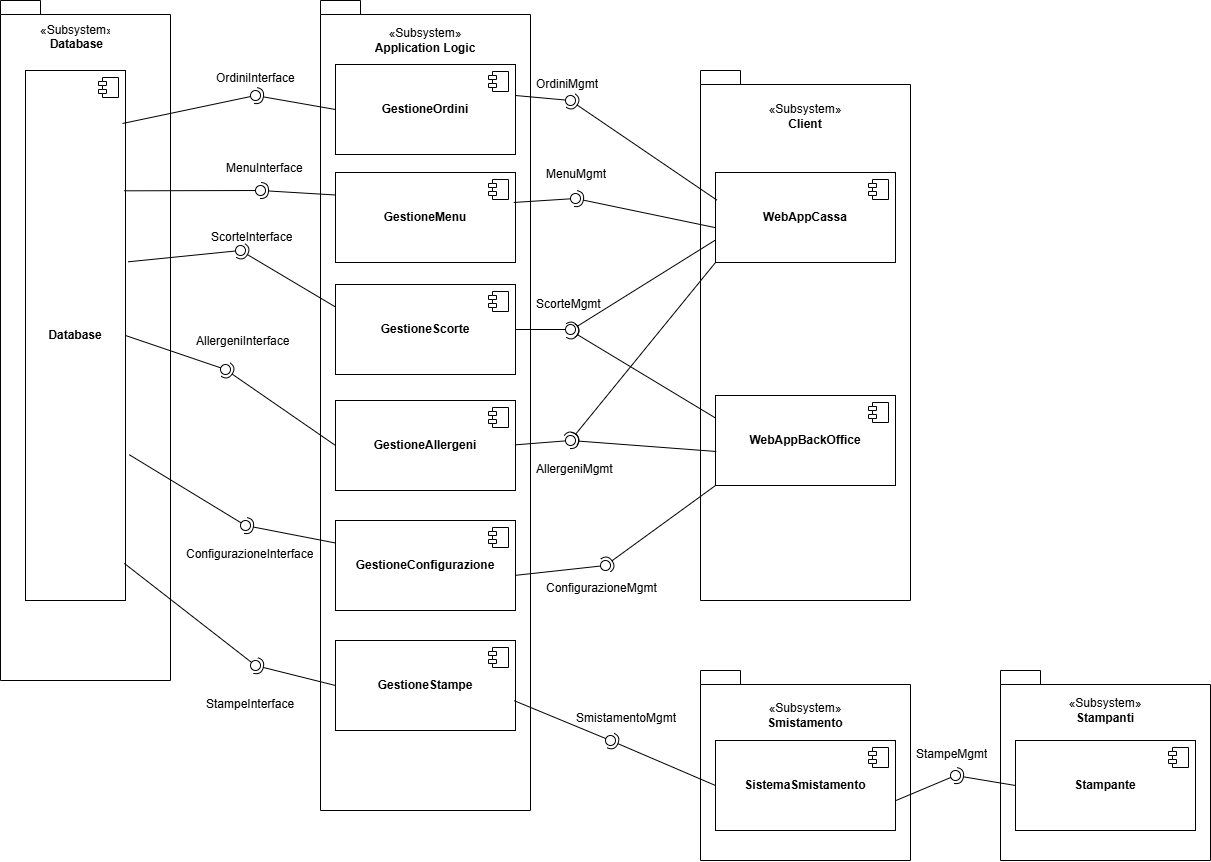
TomasoniFrancesco/Progetto-PAC keeps this draw.io diagram as ITERAZIONE_2/DIAGRAMMI/UML_Component_Diagram.png. Above is the earlier version. Source tidied: cells renumbered, new cells last; positions are measured from the earlier drawing's top-left corner, leaving out a move shared by most shapes.
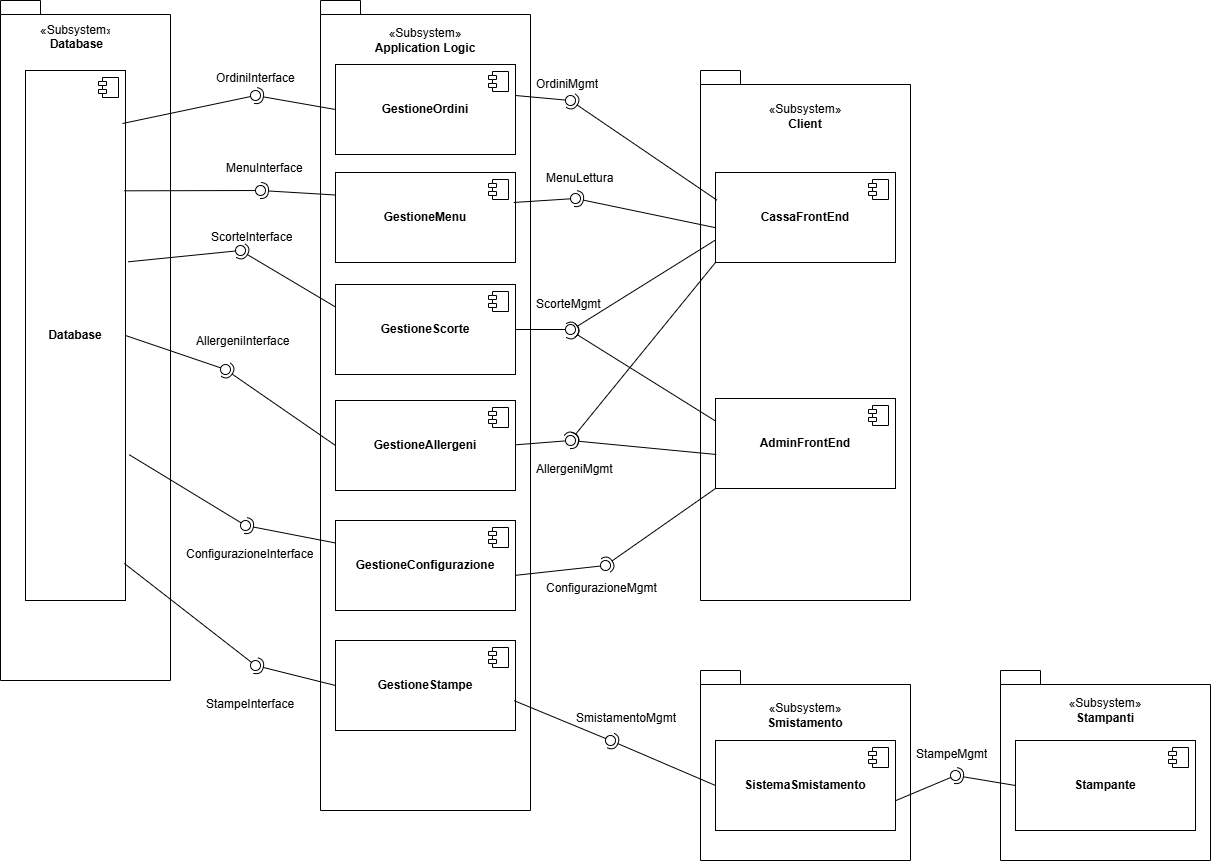
Above is the later version.

Commit message:
fix: diagramma UML componenti sistemazione nomi per incongruenza

What changed in the source:
```diff
@@ -46,7 +46,7 @@
     <mxCell id="13" style="shape=folder;fontStyle=1;spacingTop=10;tabWidth=40;tabHeight=14;tabPosition=left;html=1;whiteSpace=wrap;" parent="1" vertex="1">
       <mxGeometry x="700" y="70" width="210" height="530" as="geometry" />
     </mxCell>
-    <mxCell id="14" value="&lt;b&gt;WebAppCassa&lt;/b&gt;" style="html=1;whiteSpace=wrap;" parent="1" vertex="1">
+    <mxCell id="14" value="&lt;b&gt;CassaFrontEnd&lt;/b&gt;" style="html=1;whiteSpace=wrap;" parent="1" vertex="1">
       <mxGeometry x="715" y="172" width="180" height="90" as="geometry" />
     </mxCell>
     <mxCell id="15" style="shape=module;jettyWidth=8;jettyHeight=4;" parent="14" vertex="1">
@@ -169,8 +169,8 @@
     <mxCell id="47" style="ellipse;whiteSpace=wrap;html=1;align=center;fillColor=none;strokeColor=none;perimeter=centerPerimeter;" parent="1" vertex="1">
       <mxGeometry x="690" y="810" width="10" height="10" as="geometry" />
     </mxCell>
-    <mxCell id="48" value="&lt;b&gt;WebAppBackOffice&lt;/b&gt;" style="html=1;whiteSpace=wrap;" parent="1" vertex="1">
-      <mxGeometry x="715" y="395" width="180" height="90" as="geometry" />
+    <mxCell id="48" value="&lt;b&gt;AdminFrontEnd&lt;/b&gt;" style="html=1;whiteSpace=wrap;" parent="1" vertex="1">
+      <mxGeometry x="715" y="398" width="180" height="90" as="geometry" />
     </mxCell>
     <mxCell id="49" style="shape=module;jettyWidth=8;jettyHeight=4;" parent="48" vertex="1">
       <mxGeometry x="1" width="20" height="20" relative="1" as="geometry">
@@ -186,8 +186,8 @@
     <mxCell id="52" style="ellipse;whiteSpace=wrap;html=1;align=center;fillColor=none;strokeColor=none;perimeter=centerPerimeter;points=[];outlineConnect=1;" parent="1" vertex="1">
       <mxGeometry x="570" y="193" width="10" height="10" as="geometry" />
     </mxCell>
-    <mxCell id="53" value="MenuMgmt&lt;div&gt;&lt;br&gt;&lt;/div&gt;" style="text;strokeColor=none;fillColor=none;align=left;verticalAlign=top;spacingLeft=4;spacingRight=4;overflow=hidden;whiteSpace=wrap;html=1;" parent="1" vertex="1">
-      <mxGeometry x="540" y="160" width="100" height="26" as="geometry" />
+    <mxCell id="53" value="MenuLettura&lt;div&gt;&lt;br&gt;&lt;/div&gt;" style="text;strokeColor=none;fillColor=none;align=left;verticalAlign=top;spacingLeft=4;spacingRight=4;overflow=hidden;whiteSpace=wrap;html=1;" parent="1" vertex="1">
+      <mxGeometry x="540" y="164" width="100" height="26" as="geometry" />
     </mxCell>
     <mxCell id="54" style="edgeStyle=orthogonalEdgeStyle;rounded=0;orthogonalLoop=1;jettySize=auto;html=1;exitX=0.5;exitY=1;exitDx=0;exitDy=0;exitPerimeter=0;" parent="1" edge="1" source="13" target="13">
       <mxGeometry relative="1" as="geometry" />
```
